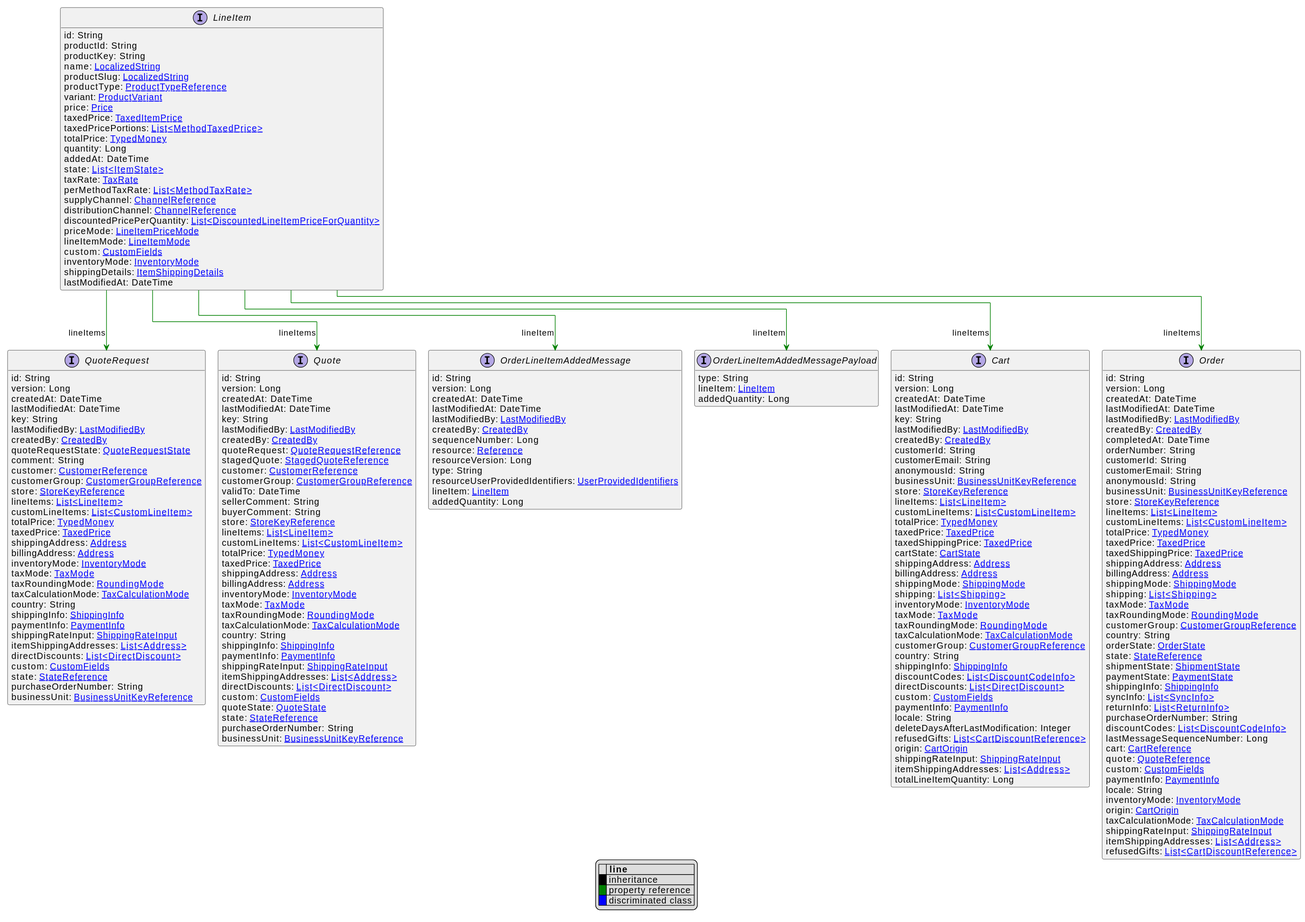
commercetools/commercetools-api-reference keeps this PlantUML diagram as uml/api/svg/LineItem.svg. Above is the earlier version.
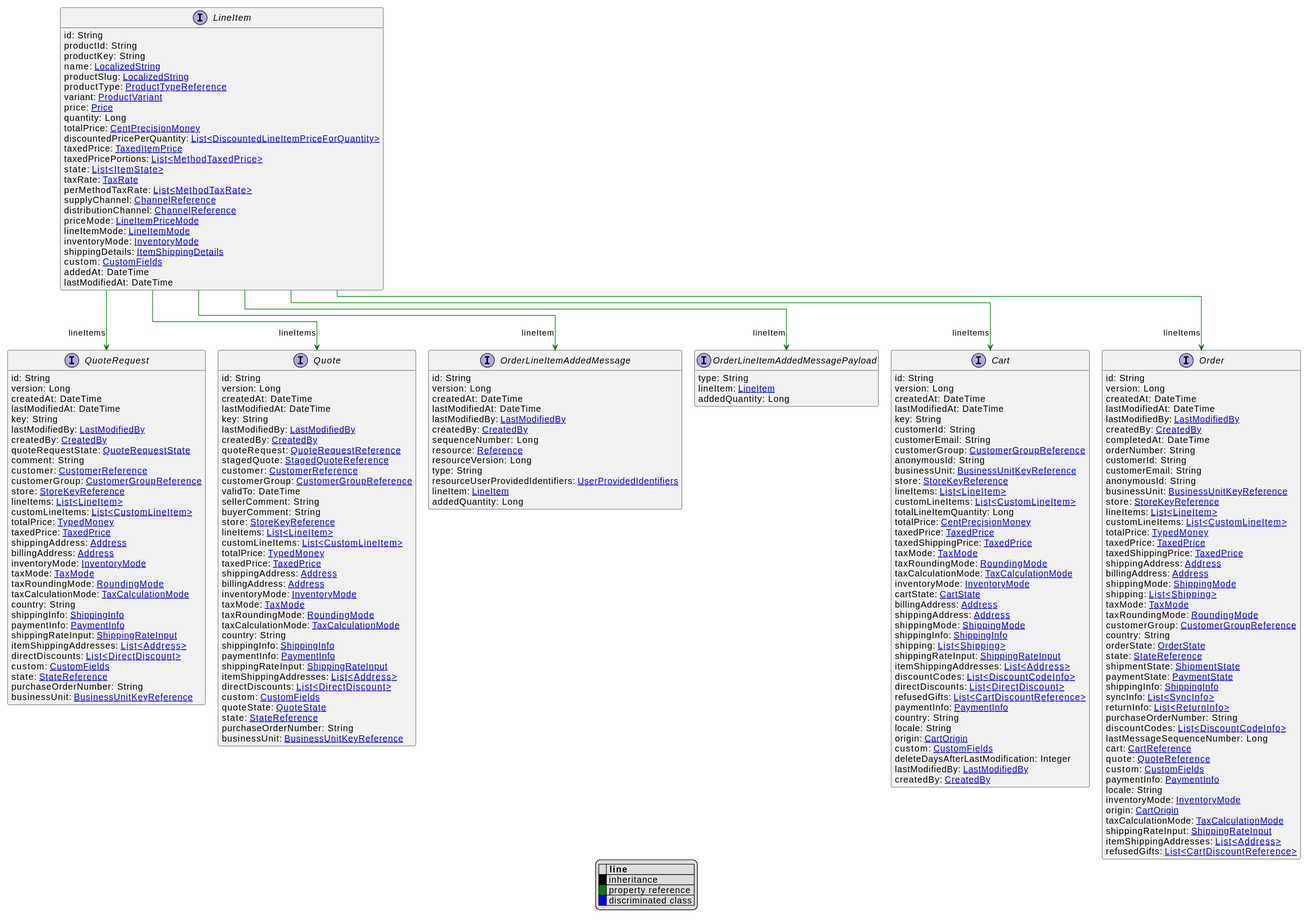
After the change.

What changed in the source:
```diff
@@ -17,22 +17,22 @@
     productType: [[ProductTypeReference.svg ProductTypeReference]]
     variant: [[ProductVariant.svg ProductVariant]]
     price: [[Price.svg Price]]
+    quantity: Long
+    totalPrice: [[CentPrecisionMoney.svg CentPrecisionMoney]]
+    discountedPricePerQuantity: [[DiscountedLineItemPriceForQuantity.svg List<DiscountedLineItemPriceForQuantity>]]
     taxedPrice: [[TaxedItemPrice.svg TaxedItemPrice]]
     taxedPricePortions: [[MethodTaxedPrice.svg List<MethodTaxedPrice>]]
-    totalPrice: [[TypedMoney.svg TypedMoney]]
-    quantity: Long
-    addedAt: DateTime
     state: [[ItemState.svg List<ItemState>]]
     taxRate: [[TaxRate.svg TaxRate]]
     perMethodTaxRate: [[MethodTaxRate.svg List<MethodTaxRate>]]
     supplyChannel: [[ChannelReference.svg ChannelReference]]
     distributionChannel: [[ChannelReference.svg ChannelReference]]
-    discountedPricePerQuantity: [[DiscountedLineItemPriceForQuantity.svg List<DiscountedLineItemPriceForQuantity>]]
     priceMode: [[LineItemPriceMode.svg LineItemPriceMode]]
     lineItemMode: [[LineItemMode.svg LineItemMode]]
-    custom: [[CustomFields.svg CustomFields]]
     inventoryMode: [[InventoryMode.svg InventoryMode]]
     shippingDetails: [[ItemShippingDetails.svg ItemShippingDetails]]
+    custom: [[CustomFields.svg CustomFields]]
+    addedAt: DateTime
     lastModifiedAt: DateTime
 }
 
@@ -44,41 +44,41 @@
     createdAt: DateTime
     lastModifiedAt: DateTime
     key: String
-    lastModifiedBy: [[LastModifiedBy.svg LastModifiedBy]]
-    createdBy: [[CreatedBy.svg CreatedBy]]
     customerId: String
     customerEmail: String
+    customerGroup: [[CustomerGroupReference.svg CustomerGroupReference]]
     anonymousId: String
     businessUnit: [[BusinessUnitKeyReference.svg BusinessUnitKeyReference]]
     store: [[StoreKeyReference.svg StoreKeyReference]]
     lineItems: [[LineItem.svg List<LineItem>]]
     customLineItems: [[CustomLineItem.svg List<CustomLineItem>]]
-    totalPrice: [[TypedMoney.svg TypedMoney]]
+    totalLineItemQuantity: Long
+    totalPrice: [[CentPrecisionMoney.svg CentPrecisionMoney]]
     taxedPrice: [[TaxedPrice.svg TaxedPrice]]
     taxedShippingPrice: [[TaxedPrice.svg TaxedPrice]]
-    cartState: [[CartState.svg CartState]]
-    shippingAddress: [[Address.svg Address]]
-    billingAddress: [[Address.svg Address]]
-    shippingMode: [[ShippingMode.svg ShippingMode]]
-    shipping: [[Shipping.svg List<Shipping>]]
-    inventoryMode: [[InventoryMode.svg InventoryMode]]
     taxMode: [[TaxMode.svg TaxMode]]
     taxRoundingMode: [[RoundingMode.svg RoundingMode]]
     taxCalculationMode: [[TaxCalculationMode.svg TaxCalculationMode]]
-    customerGroup: [[CustomerGroupReference.svg CustomerGroupReference]]
-    country: String
+    inventoryMode: [[InventoryMode.svg InventoryMode]]
+    cartState: [[CartState.svg CartState]]
+    billingAddress: [[Address.svg Address]]
+    shippingAddress: [[Address.svg Address]]
+    shippingMode: [[ShippingMode.svg ShippingMode]]
     shippingInfo: [[ShippingInfo.svg ShippingInfo]]
+    shipping: [[Shipping.svg List<Shipping>]]
+    shippingRateInput: [[ShippingRateInput.svg ShippingRateInput]]
+    itemShippingAddresses: [[Address.svg List<Address>]]
     discountCodes: [[DiscountCodeInfo.svg List<DiscountCodeInfo>]]
     directDiscounts: [[DirectDiscount.svg List<DirectDiscount>]]
+    refusedGifts: [[CartDiscountReference.svg List<CartDiscountReference>]]
+    paymentInfo: [[PaymentInfo.svg PaymentInfo]]
+    country: String
+    locale: String
+    origin: [[CartOrigin.svg CartOrigin]]
     custom: [[CustomFields.svg CustomFields]]
-    paymentInfo: [[PaymentInfo.svg PaymentInfo]]
-    locale: String
     deleteDaysAfterLastModification: Integer
-    refusedGifts: [[CartDiscountReference.svg List<CartDiscountReference>]]
-    origin: [[CartOrigin.svg CartOrigin]]
-    shippingRateInput: [[ShippingRateInput.svg ShippingRateInput]]
-    itemShippingAddresses: [[Address.svg List<Address>]]
-    totalLineItemQuantity: Long
+    lastModifiedBy: [[LastModifiedBy.svg LastModifiedBy]]
+    createdBy: [[CreatedBy.svg CreatedBy]]
 }
 interface Order [[Order.svg]]  {
     id: String
```
